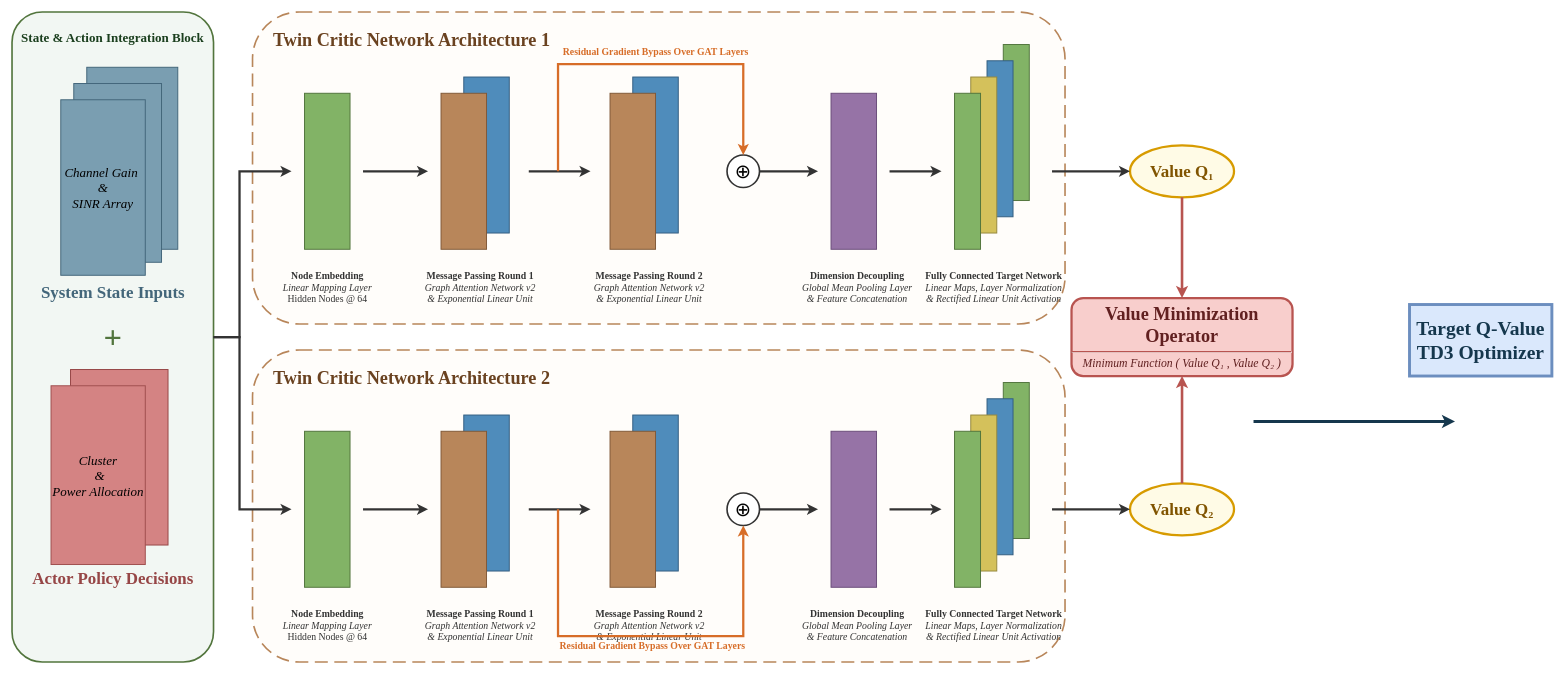
Earlier version of the draw.io diagram 毕设双critic架构图.drawio (youmiwei/drawio). Source tidied: cells renumbered, new cells numbered last; positions are measured from the earlier drawing's top-left corner, leaving out a move shared by most shapes. Both pictures are drawn from the tidied source at 65%, with x=0, y=0 at pixel (12, 12).
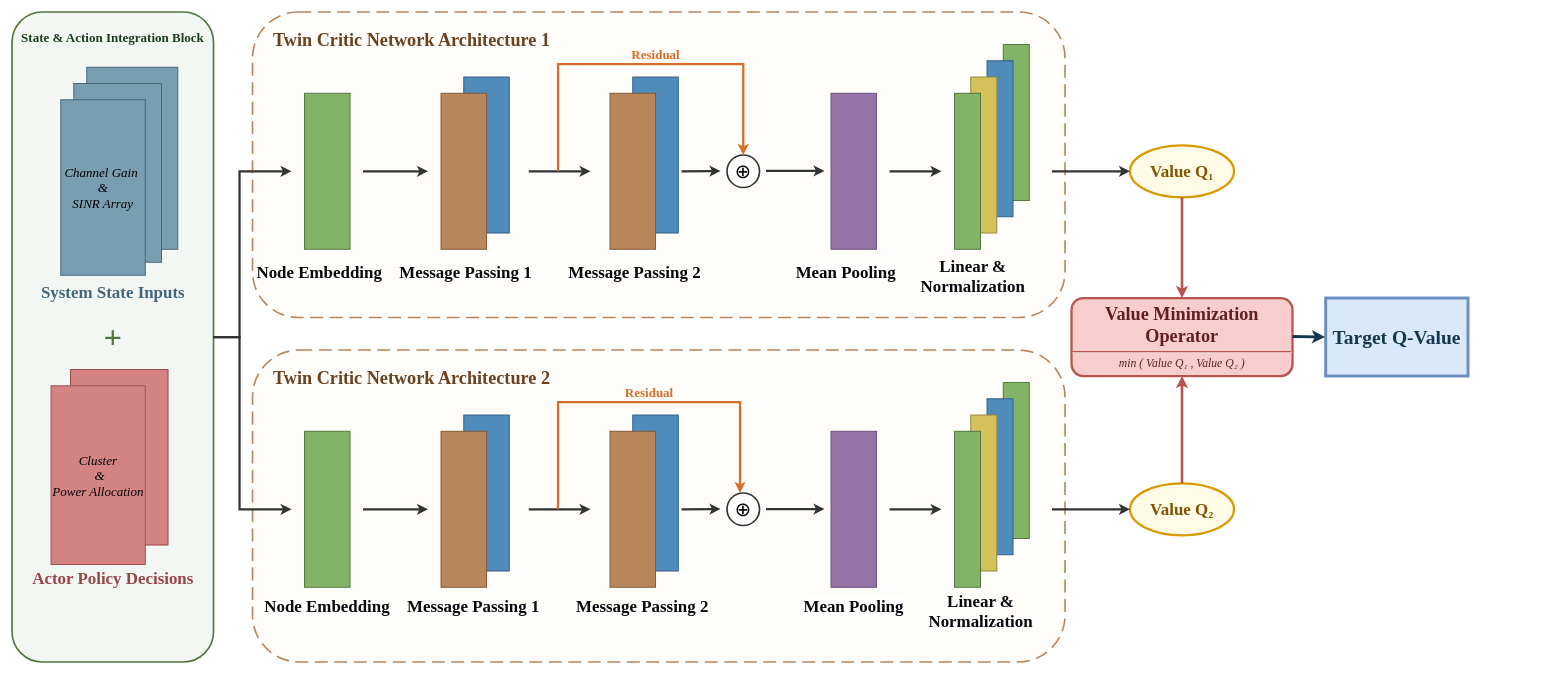
The same page after the edit.

Commit message (it also covers changes not shown here):
更新毕设双critic架构图.drawio

Change to the diagram source:
```diff
@@
     <mxCell id="2" value="&lt;font color=&quot;#6a4220&quot; style=&quot;font-size: 28px;&quot;&gt;Twin Critic Network Architecture 1&lt;/font&gt;" style="rounded=1;whiteSpace=wrap;html=1;fillColor=#fffdfa;strokeColor=#b8865a;strokeWidth=2.5;align=left;verticalAlign=top;fontStyle=1;spacingTop=20;spacingLeft=30;dashed=1;dashPattern=8 4;fontFamily=Times New Roman, 宋体;" parent="1" vertex="1">
-      <mxGeometry x="370" width="1250" height="480" as="geometry" />
+      <mxGeometry x="370" width="1250" height="470" as="geometry" />
     </mxCell>
@@
-    <mxCell id="15" value="&lt;b&gt;Node Embedding&lt;/b&gt;&lt;br&gt;&lt;i&gt;Linear Mapping Layer&lt;/i&gt;&lt;br&gt;Hidden Nodes @ 64" style="text;html=1;align=center;verticalAlign=top;fontSize=15;fontFamily=Times New Roman, 宋体;fontColor=#333333;" parent="1" vertex="1">
-      <mxGeometry x="400" y="390" width="170" height="60" as="geometry" />
-    </mxCell>
@@
-    <mxCell id="19" value="&lt;b&gt;Message Passing Round 1&lt;/b&gt;&lt;br&gt;&lt;i&gt;Graph Attention Network v2&lt;br&gt;&amp;amp; Exponential Linear Unit&lt;/i&gt;" style="text;html=1;align=center;verticalAlign=top;fontSize=15;fontFamily=Times New Roman, 宋体;fontColor=#333333;" parent="1" vertex="1">
-      <mxGeometry x="610" y="390" width="220" height="60" as="geometry" />
-    </mxCell>
@@
-    <mxCell id="23" value="&lt;b&gt;Message Passing Round 2&lt;/b&gt;&lt;br&gt;&lt;i&gt;Graph Attention Network v2&lt;br&gt;&amp;amp; Exponential Linear Unit&lt;/i&gt;" style="text;html=1;align=center;verticalAlign=top;fontSize=15;fontFamily=Times New Roman, 宋体;fontColor=#333333;" parent="1" vertex="1">
-      <mxGeometry x="870" y="390" width="220" height="60" as="geometry" />
-    </mxCell>
@@
-    <mxCell id="26" value="&lt;b&gt;Residual Gradient Bypass Over GAT Layers&lt;/b&gt;" style="text;html=1;align=center;verticalAlign=middle;fontSize=15;fontFamily=Times New Roman, 宋体;fontColor=#d76d28;" parent="1" vertex="1">
-      <mxGeometry x="845" y="50" width="290" height="20" as="geometry" />
+    <mxCell id="26" value="&lt;b&gt;&lt;font style=&quot;font-size: 20px;&quot;&gt;Residual&lt;/font&gt;&lt;/b&gt;" style="text;html=1;align=center;verticalAlign=middle;fontSize=15;fontFamily=Times New Roman, 宋体;fontColor=#d76d28;" parent="1" vertex="1">
+      <mxGeometry x="845" y="55" width="290" height="20" as="geometry" />
     </mxCell>
     <mxCell id="27" style="endArrow=classic;html=1;strokeWidth=3.5;strokeColor=#333333;fontFamily=Times New Roman, 宋体;" parent="1" edge="1">
       <mxGeometry relative="1" as="geometry">
-        <mxPoint x="1150" y="245" as="sourcePoint" />
-        <mxPoint x="1240" y="245" as="targetPoint" />
+        <mxPoint x="1160" y="244.4" as="sourcePoint" />
+        <mxPoint x="1250" y="244.4" as="targetPoint" />
       </mxGeometry>
     </mxCell>
@@
-    <mxCell id="29" value="&lt;b&gt;Dimension Decoupling&lt;/b&gt;&lt;br&gt;&lt;i&gt;Global Mean Pooling Layer&lt;br&gt;&amp;amp; Feature Concatenation&lt;/i&gt;" style="text;html=1;align=center;verticalAlign=top;fontSize=15;fontFamily=Times New Roman, 宋体;fontColor=#333333;" parent="1" vertex="1">
-      <mxGeometry x="1200" y="390" width="200" height="60" as="geometry" />
-    </mxCell>
@@
-    <mxCell id="35" value="&lt;b&gt;Fully Connected Target Network&lt;/b&gt;&lt;br&gt;&lt;i&gt;Linear Maps, Layer Normalization&lt;br&gt;&amp;amp; Rectified Linear Unit Activation&lt;/i&gt;" style="text;html=1;align=center;verticalAlign=top;fontSize=15;fontFamily=Times New Roman, 宋体;fontColor=#333333;" parent="1" vertex="1">
-      <mxGeometry x="1400" y="390" width="220" height="60" as="geometry" />
-    </mxCell>
@@
-    <mxCell id="37" value="&lt;b&gt;Node Embedding&lt;/b&gt;&lt;br&gt;&lt;i&gt;Linear Mapping Layer&lt;/i&gt;&lt;br&gt;Hidden Nodes @ 64" style="text;html=1;align=center;verticalAlign=top;fontSize=15;fontFamily=Times New Roman, 宋体;fontColor=#333333;" parent="1" vertex="1">
-      <mxGeometry x="400" y="910" width="170" height="60" as="geometry" />
-    </mxCell>
@@
-    <mxCell id="41" value="&lt;b&gt;Message Passing Round 1&lt;/b&gt;&lt;br&gt;&lt;i&gt;Graph Attention Network v2&lt;br&gt;&amp;amp; Exponential Linear Unit&lt;/i&gt;" style="text;html=1;align=center;verticalAlign=top;fontSize=15;fontFamily=Times New Roman, 宋体;fontColor=#333333;" parent="1" vertex="1">
-      <mxGeometry x="610" y="910" width="220" height="60" as="geometry" />
-    </mxCell>
@@
-    <mxCell id="45" value="&lt;b&gt;Message Passing Round 2&lt;/b&gt;&lt;br&gt;&lt;i&gt;Graph Attention Network v2&lt;br&gt;&amp;amp; Exponential Linear Unit&lt;/i&gt;" style="text;html=1;align=center;verticalAlign=top;fontSize=15;fontFamily=Times New Roman, 宋体;fontColor=#333333;" parent="1" vertex="1">
-      <mxGeometry x="870" y="910" width="220" height="60" as="geometry" />
-    </mxCell>
@@
     <mxCell id="47" style="edgeStyle=orthogonalEdgeStyle;html=1;strokeWidth=3.5;strokeColor=#d76d28;endArrow=classic;rounded=0;fontFamily=Times New Roman, 宋体;" parent="1" edge="1">
       <mxGeometry relative="1" as="geometry">
         <mxPoint x="840" y="765" as="sourcePoint" />
-        <mxPoint x="1125" y="790" as="targetPoint" />
+        <mxPoint x="1120" y="740" as="targetPoint" />
         <Array as="points">
-          <mxPoint x="840" y="960" />
-          <mxPoint x="1125" y="960" />
+          <mxPoint x="840" y="600" />
+          <mxPoint x="1120" y="600" />
         </Array>
       </mxGeometry>
     </mxCell>
-    <mxCell id="48" value="&lt;b&gt;Residual Gradient Bypass Over GAT Layers&lt;/b&gt;" style="text;html=1;align=center;verticalAlign=middle;fontSize=15;fontFamily=Times New Roman, 宋体;fontColor=#d76d28;" parent="1" vertex="1">
-      <mxGeometry x="840" y="965" width="290" height="20" as="geometry" />
-    </mxCell>
     <mxCell id="49" style="endArrow=classic;html=1;strokeWidth=3.5;strokeColor=#333333;fontFamily=Times New Roman, 宋体;" parent="1" edge="1">
       <mxGeometry relative="1" as="geometry">
-        <mxPoint x="1150" y="765" as="sourcePoint" />
-        <mxPoint x="1240" y="765" as="targetPoint" />
+        <mxPoint x="1160" y="764.6" as="sourcePoint" />
+        <mxPoint x="1250" y="764.6" as="targetPoint" />
       </mxGeometry>
     </mxCell>
@@
-    <mxCell id="51" value="&lt;b&gt;Dimension Decoupling&lt;/b&gt;&lt;br&gt;&lt;i&gt;Global Mean Pooling Layer&lt;br&gt;&amp;amp; Feature Concatenation&lt;/i&gt;" style="text;html=1;align=center;verticalAlign=top;fontSize=15;fontFamily=Times New Roman, 宋体;fontColor=#333333;" parent="1" vertex="1">
-      <mxGeometry x="1200" y="910" width="200" height="60" as="geometry" />
-    </mxCell>
@@
-    <mxCell id="57" value="&lt;b&gt;Fully Connected Target Network&lt;/b&gt;&lt;br&gt;&lt;i&gt;Linear Maps, Layer Normalization&lt;br&gt;&amp;amp; Rectified Linear Unit Activation&lt;/i&gt;" style="text;html=1;align=center;verticalAlign=top;fontSize=15;fontFamily=Times New Roman, 宋体;fontColor=#333333;" parent="1" vertex="1">
-      <mxGeometry x="1400" y="910" width="220" height="60" as="geometry" />
+    <mxCell id="57" value="&lt;span style=&quot;box-sizing: inherit; border: 0px solid rgb(228, 228, 231); margin: 0px; padding: 0px; color: rgb(9, 9, 11); text-align: start; white-space: normal; background-color: rgb(255, 255, 255);&quot;&gt;&lt;font face=&quot;Times New Roman, 宋体&quot; style=&quot;font-size: 26px;&quot;&gt;&lt;b&gt;Linear &amp;amp; Normalization&lt;/b&gt;&lt;/font&gt;&lt;/span&gt;" style="text;html=1;align=center;verticalAlign=top;fontSize=15;fontFamily=Times New Roman, 宋体;fontColor=#333333;" parent="1" vertex="1">
+      <mxGeometry x="1380" y="885" width="220" height="60" as="geometry" />
     </mxCell>
@@
-    <mxCell id="62" value="&lt;span style=&quot;font-size: 28px;&quot;&gt;&lt;b&gt;Value Minimization Operator&lt;/b&gt;&lt;/span&gt;&lt;hr style=&quot;border-top:2px solid #b85450;&quot;&gt;&lt;i style=&quot;font-size: 18px;&quot;&gt;Minimum Function ( Value Q₁ , Value Q₂ )&lt;/i&gt;" style="rounded=1;whiteSpace=wrap;html=1;fillColor=#f8cecc;strokeColor=#b85450;strokeWidth=3.5;fontFamily=Times New Roman, 宋体;fontColor=#612020;align=center;" parent="1" vertex="1">
+    <mxCell id="62" value="&lt;span style=&quot;font-size: 28px;&quot;&gt;&lt;b&gt;Value Minimization Operator&lt;/b&gt;&lt;/span&gt;&lt;hr style=&quot;border-top: 2px solid rgb(184, 84, 80);&quot;&gt;&lt;i style=&quot;font-size: 18px;&quot;&gt;min ( Value Q₁ , Value Q₂ )&lt;/i&gt;" style="rounded=1;whiteSpace=wrap;html=1;fillColor=#f8cecc;strokeColor=#b85450;strokeWidth=3.5;fontFamily=Times New Roman, 宋体;fontColor=#612020;align=center;" parent="1" vertex="1">
       <mxGeometry x="1630" y="440" width="340" height="120" as="geometry" />
     </mxCell>
@@
-    <mxCell id="65" value="&lt;span style=&quot;font-size: 30px;&quot;&gt;&lt;b&gt;Target Q-Value TD3 Optimizer&lt;/b&gt;&lt;/span&gt;" style="rounded=0;whiteSpace=wrap;html=1;fillColor=#dae8fc;strokeColor=#6c8ebf;strokeWidth=4.5;fontFamily=Times New Roman, 宋体;fontColor=#15374d;" parent="1" vertex="1">
-      <mxGeometry x="2150" y="450" width="219" height="110" as="geometry" />
+    <mxCell id="65" value="&lt;span style=&quot;font-size: 30px;&quot;&gt;&lt;b&gt;Target Q-Value&lt;/b&gt;&lt;/span&gt;" style="rounded=0;whiteSpace=wrap;html=1;fillColor=#dae8fc;strokeColor=#6c8ebf;strokeWidth=4.5;fontFamily=Times New Roman, 宋体;fontColor=#15374d;" parent="1" vertex="1">
+      <mxGeometry x="2021" y="440" width="219" height="120" as="geometry" />
     </mxCell>
     <mxCell id="66" style="edgeStyle=orthogonalEdgeStyle;rounded=0;html=1;strokeWidth=4.5;strokeColor=#15374d;endArrow=classic;fontFamily=Times New Roman, 宋体;" parent="1" edge="1">
       <mxGeometry relative="1" as="geometry">
-        <mxPoint x="1910" y="630" as="sourcePoint" />
-        <mxPoint x="2220" y="630" as="targetPoint" />
+        <mxPoint x="1970" y="499.2" as="sourcePoint" />
+        <mxPoint x="2020" y="500" as="targetPoint" />
         <Array as="points">
-          <mxPoint x="1910" y="630" />
+          <mxPoint x="1970" y="499.2" />
         </Array>
       </mxGeometry>
     </mxCell>
@@
+    <mxCell id="68" style="endArrow=classic;html=1;strokeWidth=3.5;strokeColor=#333333;fontFamily=Times New Roman, 宋体;" parent="1" edge="1">
+      <mxGeometry relative="1" as="geometry">
+        <mxPoint x="1030" y="765" as="sourcePoint" />
+        <mxPoint x="1090" y="764.6" as="targetPoint" />
+      </mxGeometry>
+    </mxCell>
+    <mxCell id="69" style="endArrow=classic;html=1;strokeWidth=3.5;strokeColor=#333333;fontFamily=Times New Roman, 宋体;" parent="1" edge="1">
+      <mxGeometry relative="1" as="geometry">
+        <mxPoint x="1030" y="245" as="sourcePoint" />
+        <mxPoint x="1090" y="244.6" as="targetPoint" />
+      </mxGeometry>
+    </mxCell>
+    <mxCell id="70" value="&lt;b&gt;&lt;font style=&quot;font-size: 20px;&quot;&gt;Residual&lt;/font&gt;&lt;/b&gt;" style="text;html=1;align=center;verticalAlign=middle;fontSize=15;fontFamily=Times New Roman, 宋体;fontColor=#d76d28;" parent="1" vertex="1">
+      <mxGeometry x="835" y="575" width="290" height="20" as="geometry" />
+    </mxCell>
+    <mxCell id="71" value="&lt;span class=&quot;font-bold&quot; style=&quot;box-sizing: inherit; border: 0px solid rgb(228, 228, 231); margin: 0px; padding: 0px; font-weight: 700; --tw-font-weight: 700; color: rgb(9, 9, 11); text-align: start; background-color: rgb(255, 255, 255);&quot;&gt;&lt;font style=&quot;font-size: 26px;&quot;&gt;Message Passing 2&lt;/font&gt;&lt;/span&gt;" style="text;html=1;whiteSpace=wrap;strokeColor=none;fillColor=none;align=center;verticalAlign=middle;rounded=0;fontFamily=Times New Roman, 宋体;" parent="1" vertex="1">
+      <mxGeometry x="820" y="900" width="300" height="30" as="geometry" />
+    </mxCell>
+    <mxCell id="72" value="&lt;span style=&quot;color: rgb(9, 9, 11); font-family: &amp;quot;Times New Roman&amp;quot;, 宋体; font-size: 26px; text-align: start; background-color: rgb(255, 255, 255);&quot;&gt;&lt;b&gt;Mean Pooling&lt;/b&gt;&lt;/span&gt;" style="text;html=1;whiteSpace=wrap;strokeColor=none;fillColor=none;align=center;verticalAlign=middle;rounded=0;" parent="1" vertex="1">
+      <mxGeometry x="1160" y="900" width="270" height="30" as="geometry" />
+    </mxCell>
+    <mxCell id="73" value="&lt;span class=&quot;font-bold&quot; style=&quot;box-sizing: inherit; border: 0px solid rgb(228, 228, 231); margin: 0px; padding: 0px; --tw-font-weight: 700; color: rgb(9, 9, 11); text-align: start; background-color: rgb(255, 255, 255);&quot;&gt;&lt;font style=&quot;font-size: 26px;&quot;&gt;Message Passing 1&lt;/font&gt;&lt;/span&gt;" style="text;html=1;whiteSpace=wrap;strokeColor=none;fillColor=none;align=center;verticalAlign=middle;rounded=0;fontFamily=Times New Roman, 宋体;fontStyle=1;" parent="1" vertex="1">
+      <mxGeometry x="560" y="900" width="300" height="30" as="geometry" />
+    </mxCell>
+    <mxCell id="74" value="&lt;span class=&quot;font-bold&quot; style=&quot;box-sizing: inherit; border: 0px solid rgb(228, 228, 231); margin: 0px; padding: 0px; font-weight: 700; --tw-font-weight: 700; color: rgb(9, 9, 11); text-align: start; background-color: rgb(255, 255, 255);&quot;&gt;&lt;font style=&quot;font-size: 26px;&quot;&gt;Node Embedding&lt;/font&gt;&lt;/span&gt;" style="text;html=1;whiteSpace=wrap;strokeColor=none;fillColor=none;align=center;verticalAlign=middle;rounded=0;fontFamily=Times New Roman, 宋体;" parent="1" vertex="1">
+      <mxGeometry x="335" y="900" width="300" height="30" as="geometry" />
+    </mxCell>
+    <mxCell id="75" value="&lt;span style=&quot;box-sizing: inherit; border: 0px solid rgb(228, 228, 231); margin: 0px; padding: 0px; color: rgb(9, 9, 11); text-align: start; white-space: normal; background-color: rgb(255, 255, 255);&quot;&gt;&lt;font face=&quot;Times New Roman, 宋体&quot; style=&quot;font-size: 26px;&quot;&gt;&lt;b&gt;Linear &amp;amp; Normalization&lt;/b&gt;&lt;/font&gt;&lt;/span&gt;" style="text;html=1;align=center;verticalAlign=top;fontSize=15;fontFamily=Times New Roman, 宋体;fontColor=#333333;" parent="1" vertex="1">
+      <mxGeometry x="1367.5" y="370" width="220" height="60" as="geometry" />
+    </mxCell>
+    <mxCell id="76" value="&lt;span class=&quot;font-bold&quot; style=&quot;box-sizing: inherit; border: 0px solid rgb(228, 228, 231); margin: 0px; padding: 0px; font-weight: 700; --tw-font-weight: 700; color: rgb(9, 9, 11); text-align: start; background-color: rgb(255, 255, 255);&quot;&gt;&lt;font style=&quot;font-size: 26px;&quot;&gt;Message Passing 2&lt;/font&gt;&lt;/span&gt;" style="text;html=1;whiteSpace=wrap;strokeColor=none;fillColor=none;align=center;verticalAlign=middle;rounded=0;fontFamily=Times New Roman, 宋体;" parent="1" vertex="1">
+      <mxGeometry x="807.5" y="385" width="300" height="30" as="geometry" />
+    </mxCell>
+    <mxCell id="77" value="&lt;span style=&quot;color: rgb(9, 9, 11); font-family: &amp;quot;Times New Roman&amp;quot;, 宋体; font-size: 26px; text-align: start; background-color: rgb(255, 255, 255);&quot;&gt;&lt;b&gt;Mean Pooling&lt;/b&gt;&lt;/span&gt;" style="text;html=1;whiteSpace=wrap;strokeColor=none;fillColor=none;align=center;verticalAlign=middle;rounded=0;" parent="1" vertex="1">
+      <mxGeometry x="1147.5" y="385" width="270" height="30" as="geometry" />
+    </mxCell>
+    <mxCell id="78" value="&lt;span class=&quot;font-bold&quot; style=&quot;box-sizing: inherit; border: 0px solid rgb(228, 228, 231); margin: 0px; padding: 0px; --tw-font-weight: 700; color: rgb(9, 9, 11); text-align: start; background-color: rgb(255, 255, 255);&quot;&gt;&lt;font style=&quot;font-size: 26px;&quot;&gt;Message Passing 1&lt;/font&gt;&lt;/span&gt;" style="text;html=1;whiteSpace=wrap;strokeColor=none;fillColor=none;align=center;verticalAlign=middle;rounded=0;fontFamily=Times New Roman, 宋体;fontStyle=1;" parent="1" vertex="1">
+      <mxGeometry x="547.5" y="385" width="300" height="30" as="geometry" />
+    </mxCell>
+    <mxCell id="79" value="&lt;span class=&quot;font-bold&quot; style=&quot;box-sizing: inherit; border: 0px solid rgb(228, 228, 231); margin: 0px; padding: 0px; font-weight: 700; --tw-font-weight: 700; color: rgb(9, 9, 11); text-align: start; background-color: rgb(255, 255, 255);&quot;&gt;&lt;font style=&quot;font-size: 26px;&quot;&gt;Node Embedding&lt;/font&gt;&lt;/span&gt;" style="text;html=1;whiteSpace=wrap;strokeColor=none;fillColor=none;align=center;verticalAlign=middle;rounded=0;fontFamily=Times New Roman, 宋体;" parent="1" vertex="1">
+      <mxGeometry x="322.5" y="385" width="300" height="30" as="geometry" />
+    </mxCell>
```
